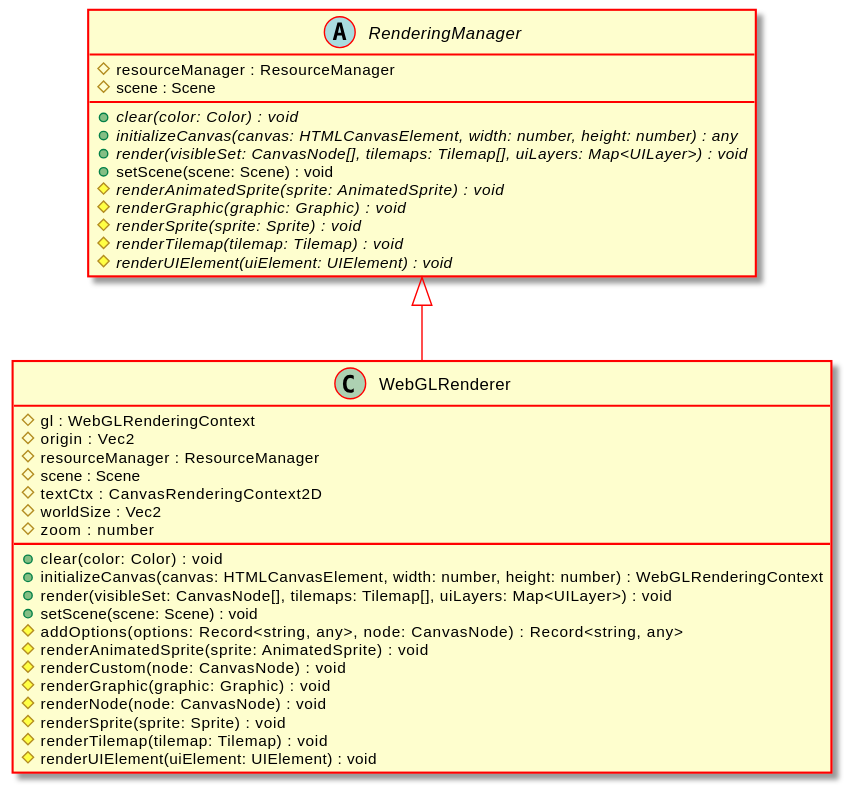
Earlier version of the PlantUML export docs/api/assets/WebGLRenderer-umlClassDiagram-5696.svg (Test123938/Test2).
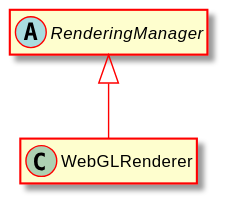
The same file after the commit.

The edit, as a diff of the source:
```diff
@@ -5,38 +5,8 @@
 hide empty methods
 hide empty fields
 class "WebGLRenderer" {
-    #gl : WebGLRenderingContext
-    #origin : Vec2
-    #resourceManager : ResourceManager
-    #scene : Scene
-    #textCtx : CanvasRenderingContext2D
-    #worldSize : Vec2
-    #zoom : number
-    +clear(color: Color) : void
-    +initializeCanvas(canvas: HTMLCanvasElement, width: number, height: number) : WebGLRenderingContext
-    +render(visibleSet: CanvasNode[], tilemaps: Tilemap[], uiLayers: Map<UILayer>) : void
-    +setScene(scene: Scene) : void
-    #addOptions(options: Record<string, any>, node: CanvasNode) : Record<string, any>
-    #renderAnimatedSprite(sprite: AnimatedSprite) : void
-    #renderCustom(node: CanvasNode) : void
-    #renderGraphic(graphic: Graphic) : void
-    #renderNode(node: CanvasNode) : void
-    #renderSprite(sprite: Sprite) : void
-    #renderTilemap(tilemap: Tilemap) : void
-    #renderUIElement(uiElement: UIElement) : void
 }
 abstract class "RenderingManager" {
-    #resourceManager : ResourceManager
-    #scene : Scene
-    {abstract} +clear(color: Color) : void
-    {abstract} +initializeCanvas(canvas: HTMLCanvasElement, width: number, height: number) : any
-    {abstract} +render(visibleSet: CanvasNode[], tilemaps: Tilemap[], uiLayers: Map<UILayer>) : void
-    +setScene(scene: Scene) : void
-    {abstract} #renderAnimatedSprite(sprite: AnimatedSprite) : void
-    {abstract} #renderGraphic(graphic: Graphic) : void
-    {abstract} #renderSprite(sprite: Sprite) : void
-    {abstract} #renderTilemap(tilemap: Tilemap) : void
-    {abstract} #renderUIElement(uiElement: UIElement) : void
 }
 "RenderingManager" <|-- "WebGLRenderer"
 @enduml
```
